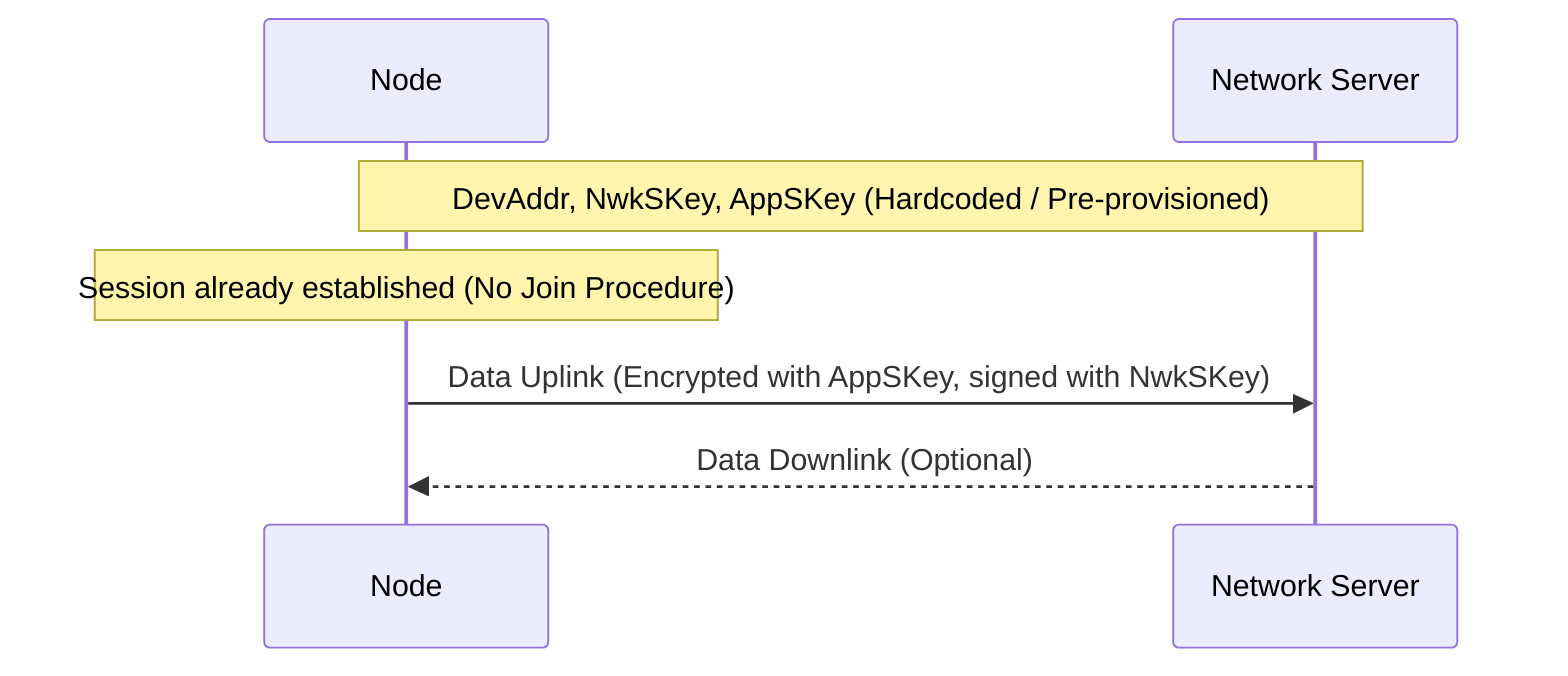
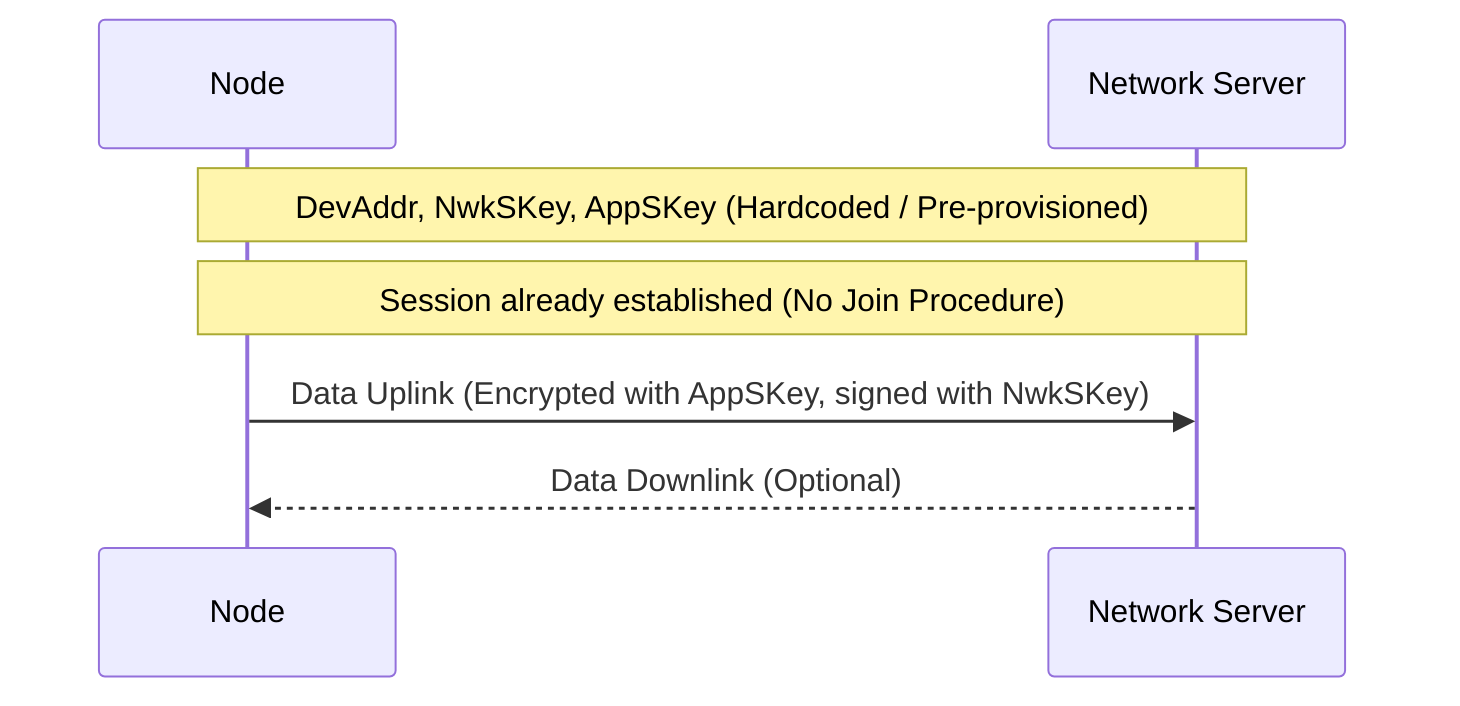
sequenceDiagram
    participant Node
    participant NS as Network Server

    Note over Node, NS: DevAddr, NwkSKey, AppSKey (Hardcoded / Pre-provisioned)
-     Note over Node: Session already established (No Join Procedure)
+     Note over Node, NS: Session already established (No Join Procedure)
    Node->>NS: Data Uplink (Encrypted with AppSKey, signed with NwkSKey)
    NS-->>Node: Data Downlink (Optional)
